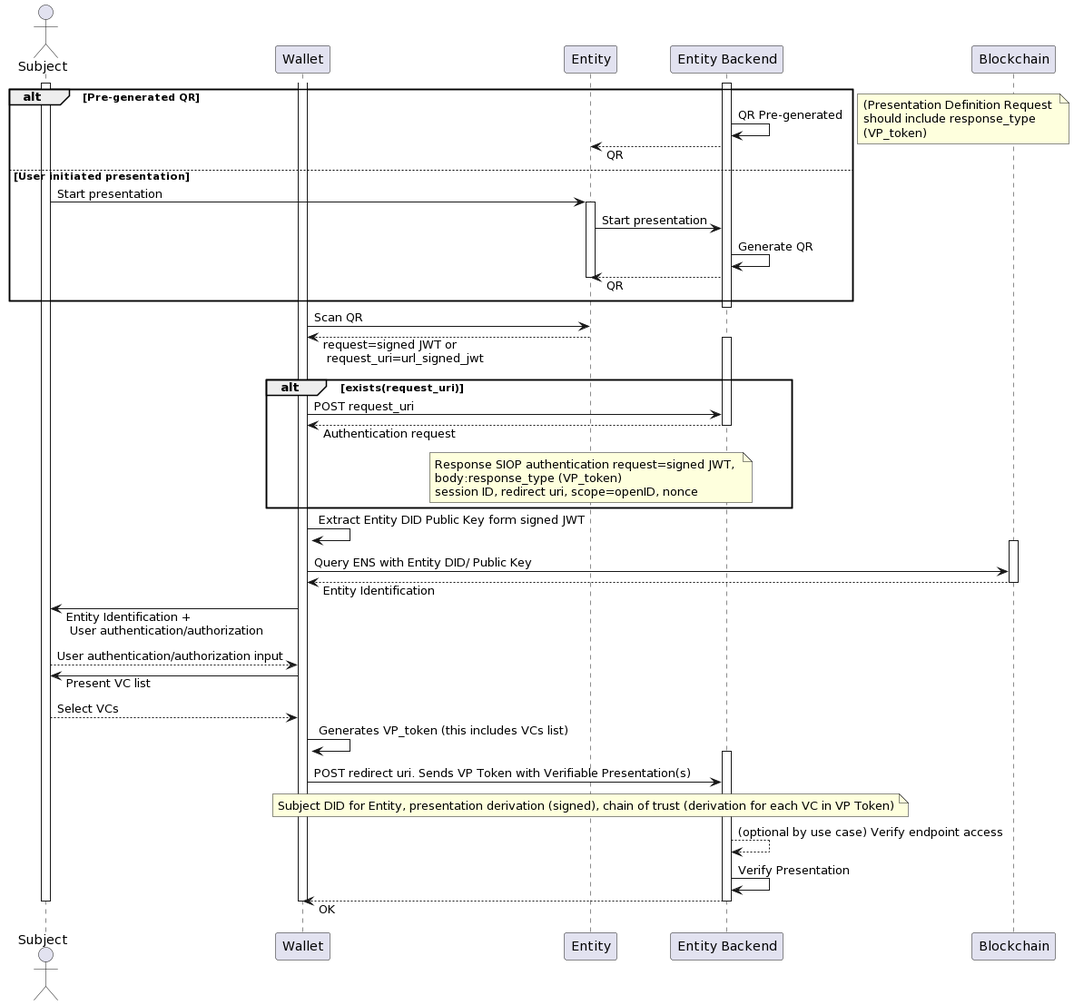
The PlantUML diagram docs/diagrams/AE0501 - Subject Credential Presentation.png in alastria/AlastriaEPIC, before a commit. The source it was exported from:
```plantuml
@startuml
Actor Subject
Participant Wallet
Participant Entity
Participant "Entity Backend" as Backend
Participant Blockchain
skinparam responseMessageBelowArrow true
activate Subject
activate Backend
alt Pre-generated QR
Backend -> Backend: QR Pre-generated
Backend --> Entity: QR
else User initiated presentation
Subject -> Entity: Start presentation
activate Entity
Entity -> Backend: Start presentation
Backend -> Backend: Generate QR
Backend ---> Entity: QR
deactivate Entity
end
Deactivate Backend
note right
(Presentation Definition Request
should include response_type
(VP_token)
end note
activate Wallet
Wallet -> Entity: Scan QR
Entity --> Wallet: request=signed JWT or \n request_uri=url_signed_jwt
Deactivate Entity
alt exists(request_uri)
Activate Backend
Wallet -> Backend: POST request_uri
Backend --> Wallet: Authentication request
Deactivate Backend
note over Entity
Response SIOP authentication request=signed JWT,
body:response_type (VP_token)
session ID, redirect uri, scope=openID, nonce
end note
end
Wallet -> Wallet: Extract Entity DID Public Key form signed JWT
Activate Blockchain
Wallet -> Blockchain: Query ENS with Entity DID/ Public Key
Blockchain --> Wallet: Entity Identification
Deactivate Blockchain
Wallet -> Subject: Entity Identification + \n User authentication/authorization
Subject --> Wallet: User authentication/authorization input
Wallet -> Subject: Present VC list
Subject ---> Wallet: Select VCs
Wallet -> Wallet: Generates VP_token (this includes VCs list)
Activate Backend
Wallet -> Backend: POST redirect uri. Sends VP Token with Verifiable Presentation(s)
note over Entity
Subject DID for Entity, presentation derivation (signed), chain of trust (derivation for each VC in VP Token)
end note
Backend ---> Backend: (optional by use case) Verify endpoint access
Backend -> Backend: Verify Presentation
Backend ---> Wallet: OK
deactivate Wallet
deactivate Backend
deactivate Subject
@enduml
```
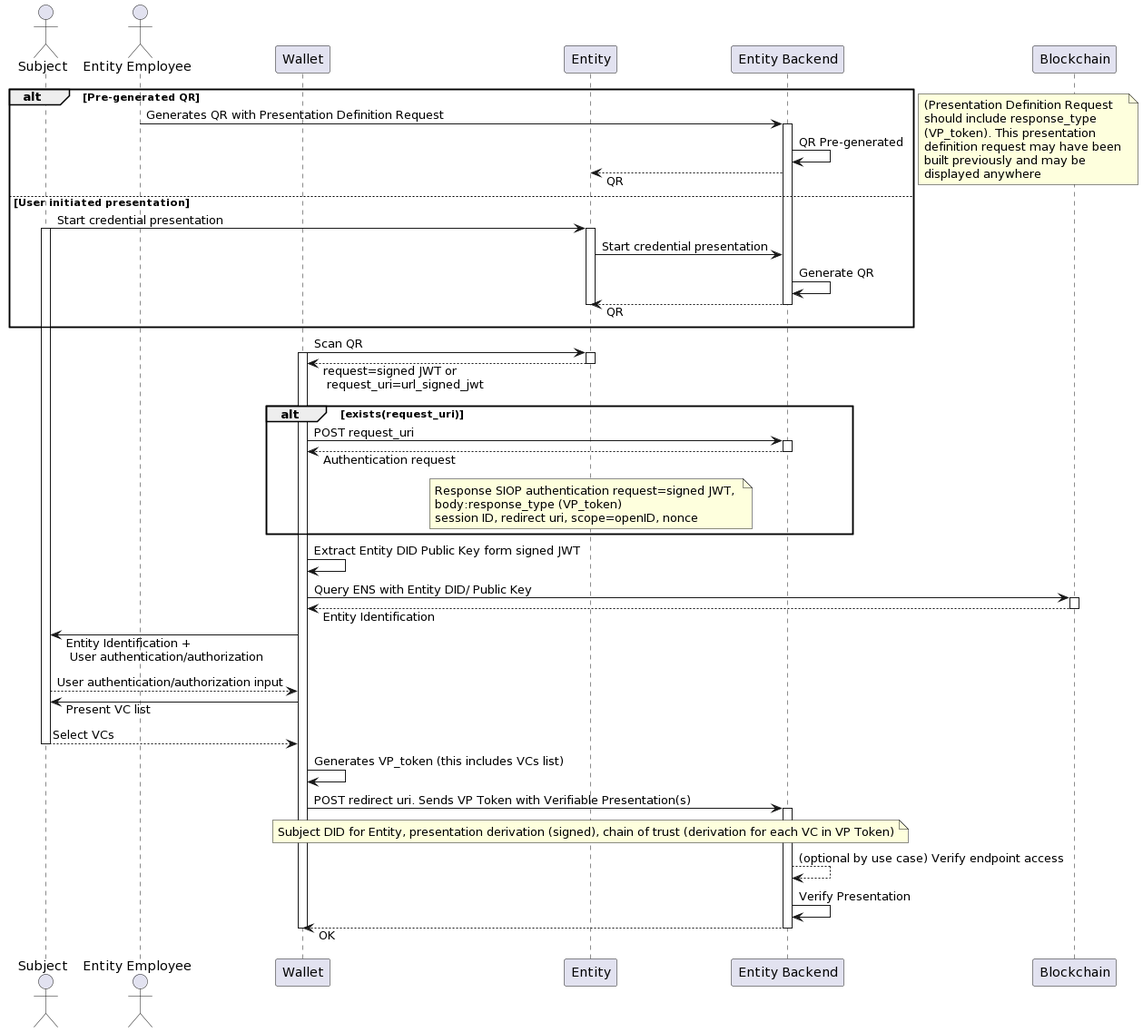
Above is the later version.

Commit message:
Clean-up by Roberto

The edit, as a diff of the source:
```diff
@@ -1,36 +1,42 @@
 @startuml
 Actor Subject
+Actor "Entity Employee" as Employee
 Participant Wallet
 Participant Entity
 Participant "Entity Backend" as Backend
 Participant Blockchain
 skinparam responseMessageBelowArrow true
-activate Subject
+alt Pre-generated QR
+Employee -> Backend: Generates QR with Presentation Definition Request
 activate Backend
-alt Pre-generated QR
 Backend -> Backend: QR Pre-generated
 Backend --> Entity: QR
 else User initiated presentation
-Subject -> Entity: Start presentation
+Subject -> Entity: Start credential presentation
+activate Subject
 activate Entity
-Entity -> Backend: Start presentation
+Entity -> Backend: Start credential presentation
 Backend -> Backend: Generate QR
 Backend ---> Entity: QR
+deactivate Backend
 deactivate Entity
 end
-Deactivate Backend
 note right
 (Presentation Definition Request
 should include response_type
-(VP_token)
+(VP_token). This presentation
+definition request may have been
+built previously and may be
+displayed anywhere
 end note
+Wallet -> Entity: Scan QR
 activate Wallet
-Wallet -> Entity: Scan QR
+activate Entity
 Entity --> Wallet: request=signed JWT or \n request_uri=url_signed_jwt
-Deactivate Entity
+deactivate Entity
 alt exists(request_uri)
-Activate Backend
 Wallet -> Backend: POST request_uri
+activate Backend
 Backend --> Wallet: Authentication request
 Deactivate Backend
 note over Entity
@@ -40,17 +46,18 @@
 end note
 end
 Wallet -> Wallet: Extract Entity DID Public Key form signed JWT
-Activate Blockchain
 Wallet -> Blockchain: Query ENS with Entity DID/ Public Key
+activate Blockchain
 Blockchain --> Wallet: Entity Identification
 Deactivate Blockchain
 Wallet -> Subject: Entity Identification + \n User authentication/authorization
 Subject --> Wallet: User authentication/authorization input
 Wallet -> Subject: Present VC list
 Subject ---> Wallet: Select VCs
+deactivate Subject
 Wallet -> Wallet: Generates VP_token (this includes VCs list)
-Activate Backend
 Wallet -> Backend: POST redirect uri. Sends VP Token with Verifiable Presentation(s)
+activate Backend
 note over Entity
 Subject DID for Entity, presentation derivation (signed), chain of trust (derivation for each VC in VP Token)
 end note
@@ -59,5 +66,4 @@
 Backend ---> Wallet: OK
 deactivate Wallet
 deactivate Backend
-deactivate Subject
 @enduml
```
